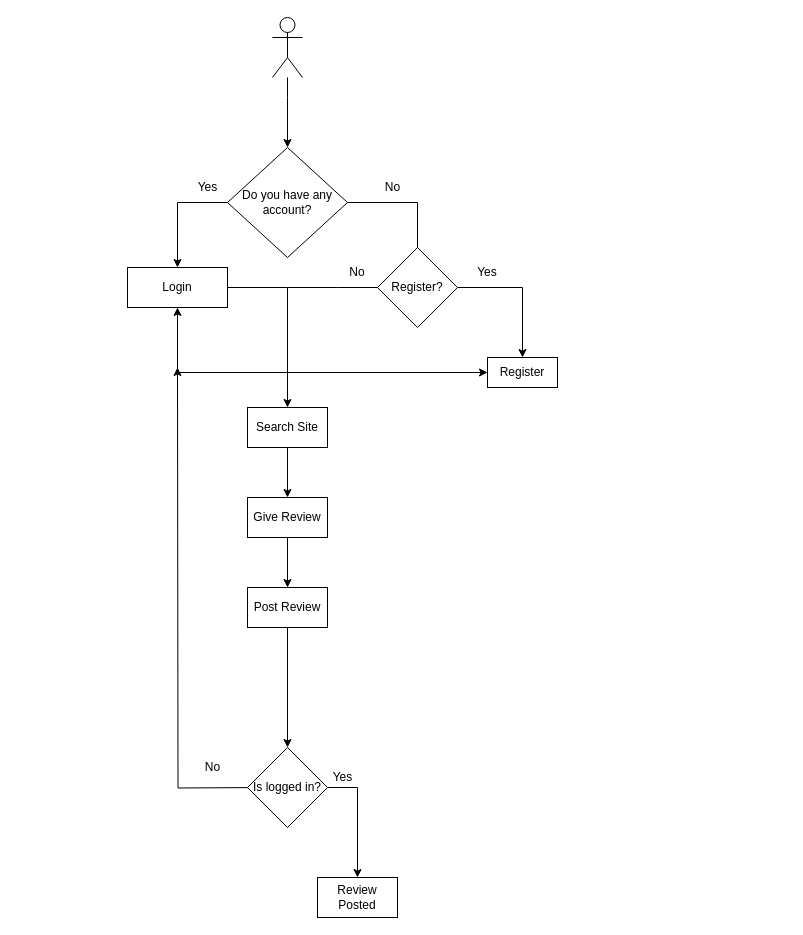
The draw.io diagram UseCase.drawio in ParvanAndrei/ReviewChan, before the edit. Source tidied: cells renumbered, new cells numbered last; positions are measured from the earlier drawing's top-left corner, leaving out a move shared by most shapes. Both pictures are drawn from the tidied source at 100%, with x=0, y=0 at pixel (127, 17).
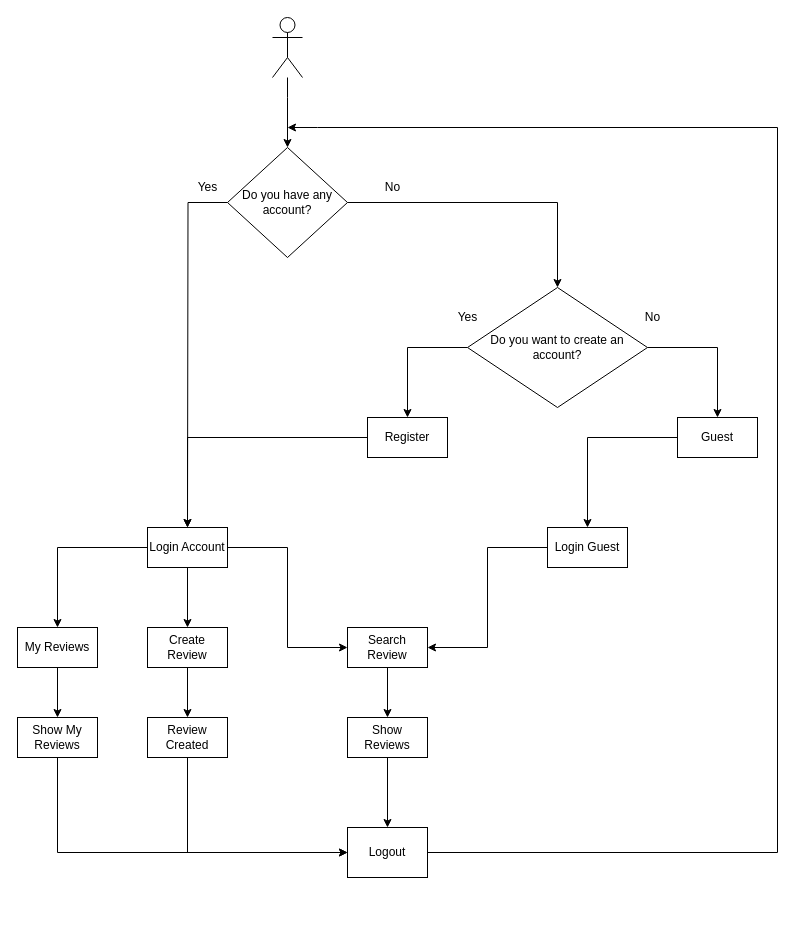
After the change.

The change refers to these unchanged cells:
```xml
<mxCell id="4" value="Do you have any account?" style="rhombus;whiteSpace=wrap;html=1;" parent="1" vertex="1">
  <mxGeometry x="100" y="130" width="120" height="110" as="geometry" />
</mxCell>
```

What changed in the source:
```diff
@@
+    <mxCell id="30" style="edgeStyle=orthogonalEdgeStyle;rounded=0;jettySize=auto;html=1;fontColor=#000000;" parent="1" edge="1" source="4">
+      <mxGeometry relative="1" as="geometry">
+        <mxPoint x="60" y="510" as="targetPoint" />
+      </mxGeometry>
+    </mxCell>
@@
-    <mxCell id="5" style="edgeStyle=orthogonalEdgeStyle;rounded=0;jettySize=auto;html=1;entryX=0.5;entryY=0;entryDx=0;entryDy=0;" parent="1" edge="1" source="6" target="11">
-      <mxGeometry relative="1" as="geometry" />
-    </mxCell>
-    <mxCell id="6" value="Login" style="rounded=0;whiteSpace=wrap;html=1;" parent="1" vertex="1">
-      <mxGeometry y="250" width="100" height="40" as="geometry" />
-    </mxCell>
-    <mxCell id="7" style="endArrow=classic;html=1;rounded=0;entryX=0.5;entryY=0;entryDx=0;entryDy=0;" parent="1" edge="1" source="4" target="6">
-      <mxGeometry relative="1" as="geometry">
-        <Array as="points">
-          <mxPoint x="50" y="185" />
-        </Array>
-      </mxGeometry>
-    </mxCell>
@@
-    <mxCell id="11" value="Search Site" style="rounded=0;whiteSpace=wrap;html=1;" parent="1" vertex="1">
-      <mxGeometry x="120" y="390" width="80" height="40" as="geometry" />
+    <mxCell id="11" value="Create Review" style="rounded=0;whiteSpace=wrap;html=1;" parent="1" vertex="1">
+      <mxGeometry x="20" y="610" width="80" height="40" as="geometry" />
     </mxCell>
-    <mxCell id="12" style="edgeStyle=orthogonalEdgeStyle;rounded=0;jettySize=auto;html=1;entryX=0.5;entryY=0;entryDx=0;entryDy=0;" parent="1" edge="1" source="15" target="14">
-      <mxGeometry relative="1" as="geometry" />
-    </mxCell>
-    <mxCell id="13" value="No" style="text;html=1;strokeColor=none;fillColor=none;align=center;verticalAlign=middle;whiteSpace=wrap;rounded=0;" parent="1" vertex="1">
-      <mxGeometry x="200" y="240" width="60" height="30" as="geometry" />
-    </mxCell>
+    <mxCell id="31" style="edgeStyle=orthogonalEdgeStyle;rounded=0;jettySize=auto;html=1;entryX=0;entryY=0.5;entryDx=0;entryDy=0;fontColor=#000000;exitX=0.5;exitY=1;exitDx=0;exitDy=0;" parent="1" edge="1" source="19" target="55">
+      <mxGeometry relative="1" as="geometry" />
+    </mxCell>
+    <mxCell id="19" value="Review Created" style="rounded=0;whiteSpace=wrap;html=1;" parent="1" vertex="1">
+      <mxGeometry x="20" y="700" width="80" height="40" as="geometry" />
+    </mxCell>
+    <mxCell id="32" style="edgeStyle=orthogonalEdgeStyle;rounded=0;jettySize=auto;html=1;entryX=0.5;entryY=0;entryDx=0;entryDy=0;fontColor=#000000;" parent="1" edge="1" source="35" target="11">
+      <mxGeometry relative="1" as="geometry" />
+    </mxCell>
+    <mxCell id="33" style="edgeStyle=orthogonalEdgeStyle;rounded=0;jettySize=auto;html=1;fontColor=#000000;entryX=0;entryY=0.5;entryDx=0;entryDy=0;" parent="1" edge="1" source="35" target="47">
+      <mxGeometry relative="1" as="geometry" />
+    </mxCell>
+    <mxCell id="34" style="edgeStyle=orthogonalEdgeStyle;rounded=0;jettySize=auto;html=1;entryX=0.5;entryY=0;entryDx=0;entryDy=0;fontColor=#000000;" parent="1" edge="1" source="35" target="51">
+      <mxGeometry relative="1" as="geometry" />
+    </mxCell>
+    <mxCell id="35" value="Login Account" style="rounded=0;whiteSpace=wrap;html=1;" parent="1" vertex="1">
+      <mxGeometry x="20" y="510" width="80" height="40" as="geometry" />
+    </mxCell>
+    <mxCell id="36" style="edgeStyle=orthogonalEdgeStyle;rounded=0;jettySize=auto;html=1;entryX=0.5;entryY=0;entryDx=0;entryDy=0;fontColor=#000000;" parent="1" edge="1" source="38" target="14">
+      <mxGeometry relative="1" as="geometry" />
+    </mxCell>
+    <mxCell id="37" style="edgeStyle=orthogonalEdgeStyle;rounded=0;jettySize=auto;html=1;entryX=0.5;entryY=0;entryDx=0;entryDy=0;fontColor=#000000;" parent="1" edge="1" source="38" target="41">
+      <mxGeometry relative="1" as="geometry" />
+    </mxCell>
+    <mxCell id="38" value="Do you want to create an account?" style="rhombus;whiteSpace=wrap;html=1;" parent="1" vertex="1">
+      <mxGeometry x="340" y="270" width="180" height="120" as="geometry" />
+    </mxCell>
+    <mxCell id="39" style="edgeStyle=orthogonalEdgeStyle;rounded=0;jettySize=auto;html=1;fontColor=#000000;" parent="1" edge="1" source="14" target="35">
+      <mxGeometry relative="1" as="geometry" />
+    </mxCell>
     <mxCell id="14" value="Register" style="rounded=0;whiteSpace=wrap;html=1;" parent="1" vertex="1">
-      <mxGeometry x="360" y="340" width="70" height="30" as="geometry" />
+      <mxGeometry x="240" y="400" width="80" height="40" as="geometry" />
     </mxCell>
-    <mxCell id="15" value="Register?" style="rhombus;whiteSpace=wrap;html=1;" parent="1" vertex="1">
-      <mxGeometry x="250" y="230" width="80" height="80" as="geometry" />
-    </mxCell>
-    <mxCell id="16" style="edgeStyle=orthogonalEdgeStyle;rounded=0;jettySize=auto;html=1;entryX=0.5;entryY=0;entryDx=0;entryDy=0;exitX=1;exitY=0.5;exitDx=0;exitDy=0;endArrow=none;" parent="1" edge="1" source="4" target="15">
-      <mxGeometry relative="1" as="geometry" />
-    </mxCell>
-    <mxCell id="17" value="Yes" style="text;html=1;strokeColor=none;fillColor=none;align=center;verticalAlign=middle;whiteSpace=wrap;rounded=0;" parent="1" vertex="1">
-      <mxGeometry x="330" y="240" width="60" height="30" as="geometry" />
-    </mxCell>
-    <mxCell id="18" style="edgeStyle=orthogonalEdgeStyle;rounded=0;jettySize=auto;html=1;entryX=0.5;entryY=0;entryDx=0;entryDy=0;" parent="1" edge="1" source="19" target="22">
-      <mxGeometry relative="1" as="geometry" />
-    </mxCell>
-    <mxCell id="19" value="Give Review" style="rounded=0;whiteSpace=wrap;html=1;" parent="1" vertex="1">
-      <mxGeometry x="120" y="480" width="80" height="40" as="geometry" />
-    </mxCell>
-    <mxCell id="20" style="endArrow=none;html=1;rounded=0;entryX=0;entryY=0.5;entryDx=0;entryDy=0;" parent="1" edge="1" target="15">
-      <mxGeometry relative="1" as="geometry">
-        <mxPoint x="160" y="270" as="sourcePoint" />
-        <Array as="points">
-          <mxPoint x="210" y="270" />
-        </Array>
-      </mxGeometry>
-    </mxCell>
-    <mxCell id="21" style="edgeStyle=orthogonalEdgeStyle;rounded=0;jettySize=auto;html=1;entryX=0.5;entryY=0;entryDx=0;entryDy=0;" parent="1" edge="1" source="22" target="29">
-      <mxGeometry relative="1" as="geometry" />
-    </mxCell>
-    <mxCell id="22" value="Post Review" style="rounded=0;whiteSpace=wrap;html=1;" parent="1" vertex="1">
-      <mxGeometry x="120" y="570" width="80" height="40" as="geometry" />
-    </mxCell>
-    <mxCell id="23" value="Review Posted&lt;br&gt;" style="rounded=0;whiteSpace=wrap;html=1;" parent="1" vertex="1">
-      <mxGeometry x="190" y="860" width="80" height="40" as="geometry" />
-    </mxCell>
-    <mxCell id="24" style="edgeStyle=orthogonalEdgeStyle;rounded=0;orthogonalLoop=1;jettySize=auto;html=1;" parent="1" edge="1">
-      <mxGeometry relative="1" as="geometry">
-        <mxPoint x="140" y="770" as="sourcePoint" />
-        <mxPoint x="50" y="350" as="targetPoint" />
-      </mxGeometry>
-    </mxCell>
-    <mxCell id="25" style="edgeStyle=orthogonalEdgeStyle;rounded=0;jettySize=auto;html=1;exitX=1;exitY=0.5;exitDx=0;exitDy=0;" parent="1" edge="1" source="29" target="23">
-      <mxGeometry relative="1" as="geometry" />
-    </mxCell>
-    <mxCell id="26" style="endArrow=classic;startArrow=classic;html=1;rounded=0;exitX=0.5;exitY=1;exitDx=0;exitDy=0;" parent="1" edge="1" source="6">
-      <mxGeometry relative="1" as="geometry">
-        <mxPoint x="360" y="355" as="targetPoint" />
-        <Array as="points">
-          <mxPoint x="50" y="355" />
-        </Array>
-      </mxGeometry>
-    </mxCell>
+    <mxCell id="40" style="edgeStyle=orthogonalEdgeStyle;rounded=0;jettySize=auto;html=1;fontColor=#000000;" parent="1" edge="1" source="41" target="45">
+      <mxGeometry relative="1" as="geometry" />
+    </mxCell>
+    <mxCell id="41" value="Guest" style="rounded=0;whiteSpace=wrap;html=1;" parent="1" vertex="1">
+      <mxGeometry x="550" y="400" width="80" height="40" as="geometry" />
+    </mxCell>
+    <mxCell id="42" value="Yes&lt;br&gt;" style="text;html=1;align=center;verticalAlign=middle;strokeColor=none;fillColor=none;" parent="1" vertex="1">
+      <mxGeometry x="320" y="290" width="40" height="20" as="geometry" />
+    </mxCell>
     <mxCell id="27" value="No" style="text;html=1;align=center;verticalAlign=middle;strokeColor=none;fillColor=none;" parent="1" vertex="1">
-      <mxGeometry x="70" y="740" width="30" height="20" as="geometry" />
+      <mxGeometry x="510" y="290" width="30" height="20" as="geometry" />
     </mxCell>
-    <mxCell id="28" value="Yes" style="text;html=1;align=center;verticalAlign=middle;strokeColor=none;fillColor=none;rotation=0;" parent="1" vertex="1">
-      <mxGeometry x="195" y="750" width="40" height="20" as="geometry" />
-    </mxCell>
-    <mxCell id="29" value="Is logged in?" style="rhombus;whiteSpace=wrap;html=1;" parent="1" vertex="1">
-      <mxGeometry x="120" y="730" width="80" height="80" as="geometry" />
-    </mxCell>
+    <mxCell id="43" style="endArrow=classic;html=1;rounded=0;fontColor=#000000;entryX=0.5;entryY=0;entryDx=0;entryDy=0;exitX=1;exitY=0.5;exitDx=0;exitDy=0;" parent="1" edge="1" source="4" target="38">
+      <mxGeometry relative="1" as="geometry">
+        <Array as="points">
+          <mxPoint x="430" y="185" />
+        </Array>
+      </mxGeometry>
+    </mxCell>
+    <mxCell id="44" style="edgeStyle=orthogonalEdgeStyle;rounded=0;jettySize=auto;html=1;entryX=1;entryY=0.5;entryDx=0;entryDy=0;fontColor=#000000;" parent="1" edge="1" source="45" target="47">
+      <mxGeometry relative="1" as="geometry" />
+    </mxCell>
+    <mxCell id="45" value="Login Guest" style="rounded=0;whiteSpace=wrap;html=1;" parent="1" vertex="1">
+      <mxGeometry x="420" y="510" width="80" height="40" as="geometry" />
+    </mxCell>
+    <mxCell id="46" style="edgeStyle=orthogonalEdgeStyle;rounded=0;jettySize=auto;html=1;entryX=0.5;entryY=0;entryDx=0;entryDy=0;" parent="1" edge="1" source="47" target="49">
+      <mxGeometry relative="1" as="geometry" />
+    </mxCell>
+    <mxCell id="47" value="Search Review" style="rounded=0;whiteSpace=wrap;html=1;" parent="1" vertex="1">
+      <mxGeometry x="220" y="610" width="80" height="40" as="geometry" />
+    </mxCell>
+    <mxCell id="48" style="edgeStyle=orthogonalEdgeStyle;rounded=0;jettySize=auto;html=1;entryX=0.5;entryY=0;entryDx=0;entryDy=0;fontColor=#000000;" parent="1" edge="1" source="49" target="55">
+      <mxGeometry relative="1" as="geometry" />
+    </mxCell>
+    <mxCell id="49" value="Show Reviews" style="rounded=0;whiteSpace=wrap;html=1;" parent="1" vertex="1">
+      <mxGeometry x="220" y="700" width="80" height="40" as="geometry" />
+    </mxCell>
+    <mxCell id="50" style="edgeStyle=orthogonalEdgeStyle;rounded=0;jettySize=auto;html=1;entryX=0.5;entryY=0;entryDx=0;entryDy=0;" parent="1" edge="1" source="51" target="53">
+      <mxGeometry relative="1" as="geometry" />
+    </mxCell>
+    <mxCell id="51" value="My Reviews" style="rounded=0;whiteSpace=wrap;html=1;" parent="1" vertex="1">
+      <mxGeometry x="-110" y="610" width="80" height="40" as="geometry" />
+    </mxCell>
+    <mxCell id="52" style="edgeStyle=orthogonalEdgeStyle;rounded=0;jettySize=auto;html=1;entryX=0;entryY=0.5;entryDx=0;entryDy=0;fontColor=#000000;exitX=0.5;exitY=1;exitDx=0;exitDy=0;" parent="1" edge="1" source="53" target="55">
+      <mxGeometry relative="1" as="geometry">
+        <Array as="points">
+          <mxPoint x="-70" y="835" />
+        </Array>
+      </mxGeometry>
+    </mxCell>
+    <mxCell id="53" value="Show My Reviews" style="rounded=0;whiteSpace=wrap;html=1;" parent="1" vertex="1">
+      <mxGeometry x="-110" y="700" width="80" height="40" as="geometry" />
+    </mxCell>
+    <mxCell id="54" style="edgeStyle=orthogonalEdgeStyle;rounded=0;jettySize=auto;html=1;fontSize=19;fontColor=#000000;" parent="1" edge="1" source="55">
+      <mxGeometry relative="1" as="geometry">
+        <mxPoint x="160" y="110" as="targetPoint" />
+        <Array as="points">
+          <mxPoint x="650" y="835" />
+          <mxPoint x="650" y="110" />
+          <mxPoint x="190" y="110" />
+        </Array>
+      </mxGeometry>
+    </mxCell>
+    <mxCell id="55" value="Logout" style="rounded=0;whiteSpace=wrap;html=1;" parent="1" vertex="1">
+      <mxGeometry x="220" y="810" width="80" height="50" as="geometry" />
+    </mxCell>
```
